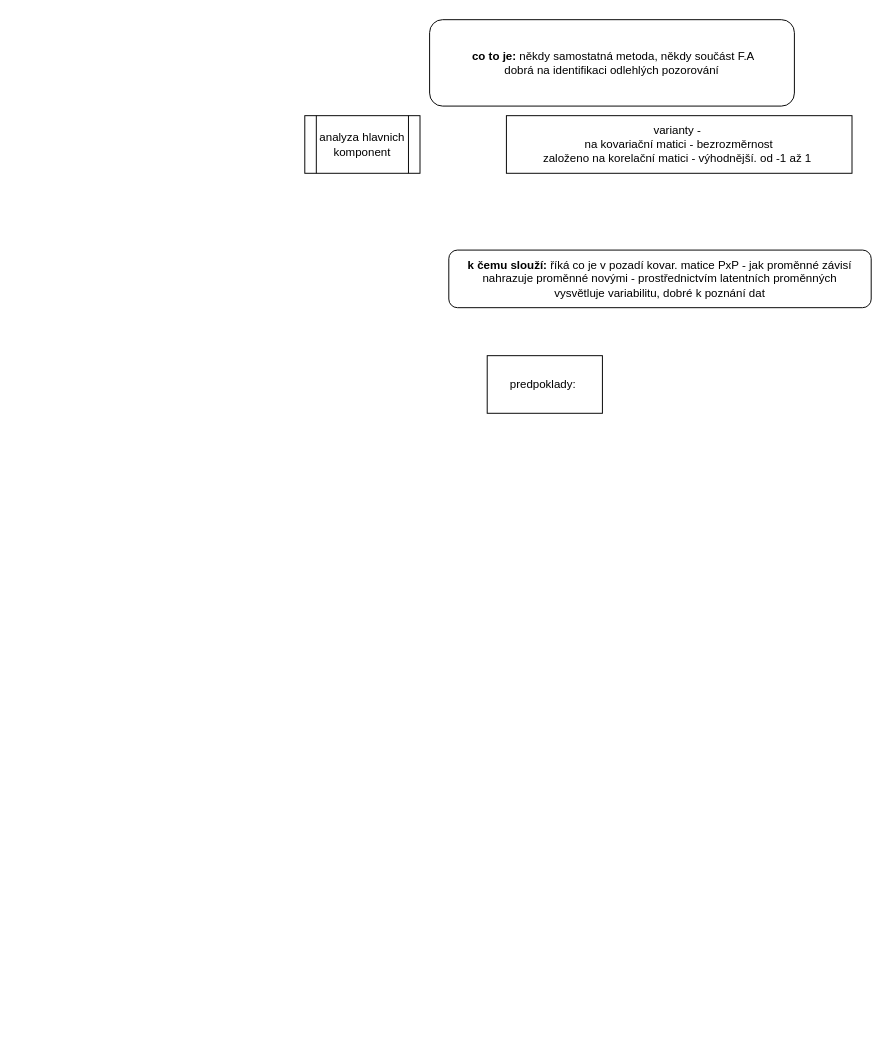
Before: UCL Statistika test 2.drawio in pama78/ucl, a draw.io diagram. Source tidied: cells renumbered, new cells numbered last; positions are measured from the earlier drawing's top-left corner, leaving out a move shared by most shapes. Both pictures are drawn from the tidied source at 96%, with x=0, y=0 at pixel (304, 19).
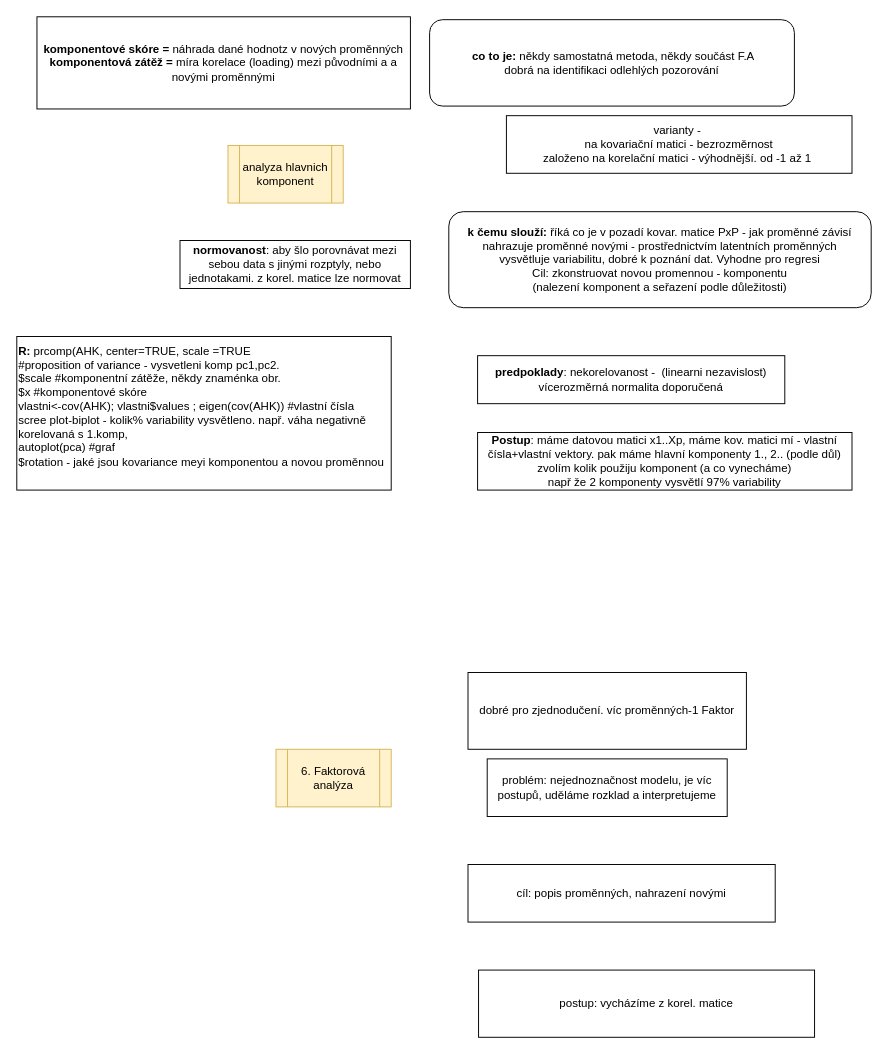
The same page after the edit.

The edit, as a diff of the source:
```diff
@@
 <mxGraphModel>
   <root>
     <mxCell id="0" />
     <mxCell id="1" parent="0" />
     <mxCell id="2" value="varianty -&amp;nbsp;&lt;br&gt;na kovariační matici - bezrozměrnost&lt;br&gt;založeno na korelační matici - výhodnější. od -1 až 1&amp;nbsp;" style="rounded=0;whiteSpace=wrap;html=1;" parent="1" vertex="1">
       <mxGeometry x="210" y="100" width="360" height="60" as="geometry" />
     </mxCell>
-    <mxCell id="3" value="analyza hlavnich komponent" style="shape=process;whiteSpace=wrap;html=1;backgroundOutline=1;" parent="1" vertex="1">
-      <mxGeometry y="100" width="120" height="60" as="geometry" />
+    <mxCell id="3" value="analyza hlavnich komponent" style="shape=process;whiteSpace=wrap;html=1;backgroundOutline=1;fillColor=#fff2cc;strokeColor=#d6b656;" parent="1" vertex="1">
+      <mxGeometry x="-80" y="131" width="120" height="60" as="geometry" />
     </mxCell>
     <mxCell id="4" value="&lt;b&gt;&amp;nbsp;co to je:&lt;/b&gt; někdy samostatná metoda, někdy součást F.A&lt;br&gt;dobrá na identifikaci odlehlých pozorování&lt;br&gt;" style="rounded=1;whiteSpace=wrap;html=1;" parent="1" vertex="1">
       <mxGeometry x="130" width="380" height="90" as="geometry" />
     </mxCell>
-    <mxCell id="5" value="&lt;b&gt;k čemu slouží:&lt;/b&gt; říká co je v pozadí kovar. matice PxP - jak proměnné závisí&lt;br&gt;nahrazuje proměnné novými - prostřednictvím latentních proměnných&lt;br&gt;vysvětluje variabilitu, dobré k poznání dat" style="rounded=1;whiteSpace=wrap;html=1;" parent="1" vertex="1">
-      <mxGeometry x="150" y="240" width="440" height="60" as="geometry" />
+    <mxCell id="5" value="&lt;b&gt;k čemu slouží:&lt;/b&gt; říká co je v pozadí kovar. matice PxP - jak proměnné závisí&lt;br&gt;nahrazuje proměnné novými - prostřednictvím latentních proměnných&lt;br&gt;vysvětluje variabilitu, dobré k poznání dat. Vyhodne pro regresi&lt;br&gt;Cil: zkonstruovat novou promennou - komponentu&lt;br&gt;(nalezení komponent a seřazení podle důležitosti)" style="rounded=1;whiteSpace=wrap;html=1;" parent="1" vertex="1">
+      <mxGeometry x="150" y="200" width="440" height="100" as="geometry" />
     </mxCell>
-    <mxCell id="6" value="predpoklady:&amp;nbsp;" style="rounded=0;whiteSpace=wrap;html=1;" parent="1" vertex="1">
-      <mxGeometry x="190" y="350" width="120" height="60" as="geometry" />
+    <mxCell id="6" value="&lt;b&gt;predpoklady&lt;/b&gt;: nekorelovanost -&amp;nbsp; (linearni nezavislost)&lt;br&gt;vícerozměrná normalita doporučená" style="rounded=0;whiteSpace=wrap;html=1;" parent="1" vertex="1">
+      <mxGeometry x="180" y="350" width="320" height="50" as="geometry" />
     </mxCell>
+    <mxCell id="7" value="&lt;b&gt;Postup&lt;/b&gt;: máme datovou matici x1..Xp, máme kov. matici mí - vlastní čísla+vlastní vektory. pak máme hlavní komponenty 1., 2.. (podle důl)&lt;br&gt;zvolím kolik použiju komponent (a co vynecháme)&lt;br&gt;např že 2 komponenty vysvětlí 97% variability" style="rounded=0;whiteSpace=wrap;html=1;" parent="1" vertex="1">
+      <mxGeometry x="180" y="430" width="390" height="60" as="geometry" />
+    </mxCell>
+    <mxCell id="8" value="&lt;b&gt;komponentové skóre =&lt;/b&gt; náhrada dané hodnotz v nových proměnných&lt;br&gt;&lt;b&gt;komponentová zátěž =&lt;/b&gt; míra korelace (loading) mezi původními a a novými proměnnými" style="rounded=0;whiteSpace=wrap;html=1;" parent="1" vertex="1">
+      <mxGeometry x="-279" y="-3" width="389" height="96" as="geometry" />
+    </mxCell>
+    <mxCell id="9" value="&lt;b&gt;normovanost&lt;/b&gt;: aby šlo porovnávat mezi sebou data s jinými rozptyly, nebo jednotakami. z korel. matice lze normovat" style="rounded=0;whiteSpace=wrap;html=1;" parent="1" vertex="1">
+      <mxGeometry x="-130" y="230" width="240" height="50" as="geometry" />
+    </mxCell>
+    <mxCell id="10" value="&lt;b&gt;R: &lt;/b&gt;prcomp(AHK, center=TRUE, scale =TRUE&lt;br&gt;#proposition of variance - vysvetleni komp pc1,pc2.&lt;br&gt;$scale #komponentní zátěže, někdy znaménka obr.&lt;br&gt;$x #komponentové skóre&lt;br&gt;vlastni&amp;lt;-cov(AHK); vlastni$values ; eigen(cov(AHK)) #vlastní čísla&lt;br&gt;&lt;div&gt;&lt;span&gt;scree plot-biplot - kolik% variability vysvětleno. např. váha negativně korelovaná s 1.komp,&amp;nbsp;&lt;/span&gt;&lt;/div&gt;&lt;div&gt;&lt;span&gt;autoplot(pca) #graf&lt;/span&gt;&lt;/div&gt;&lt;div&gt;$rotation - jaké jsou kovariance meyi komponentou a novou proměnnou&lt;/div&gt;&lt;div&gt;&lt;br&gt;&lt;/div&gt;" style="rounded=0;whiteSpace=wrap;html=1;align=left;" parent="1" vertex="1">
+      <mxGeometry x="-300" y="330" width="390" height="160" as="geometry" />
+    </mxCell>
+    <mxCell id="11" value="6. Faktorová analýza" style="shape=process;whiteSpace=wrap;html=1;backgroundOutline=1;fillColor=#fff2cc;strokeColor=#d6b656;" parent="1" vertex="1">
+      <mxGeometry x="-30" y="760" width="120" height="60" as="geometry" />
+    </mxCell>
+    <mxCell id="12" value="problém: nejednoznačnost modelu, je víc postupů, uděláme rozklad a interpretujeme&lt;br&gt;" style="rounded=0;whiteSpace=wrap;html=1;" parent="1" vertex="1">
+      <mxGeometry x="190" y="770" width="250" height="60" as="geometry" />
+    </mxCell>
+    <mxCell id="13" value="dobré pro zjednodučení. víc proměnných-1 Faktor&lt;br&gt;" style="rounded=0;whiteSpace=wrap;html=1;" parent="1" vertex="1">
+      <mxGeometry x="170" y="680" width="290" height="80" as="geometry" />
+    </mxCell>
+    <mxCell id="14" value="cíl: popis proměnných, nahrazení novými" style="rounded=0;whiteSpace=wrap;html=1;" parent="1" vertex="1">
+      <mxGeometry x="170" y="880" width="320" height="60" as="geometry" />
+    </mxCell>
+    <mxCell id="15" value="postup: vycházíme z korel. matice&lt;br&gt;" style="rounded=0;whiteSpace=wrap;html=1;" parent="1" vertex="1">
+      <mxGeometry x="181" y="990" width="350" height="70" as="geometry" />
+    </mxCell>
   </root>
 </mxGraphModel>
```
